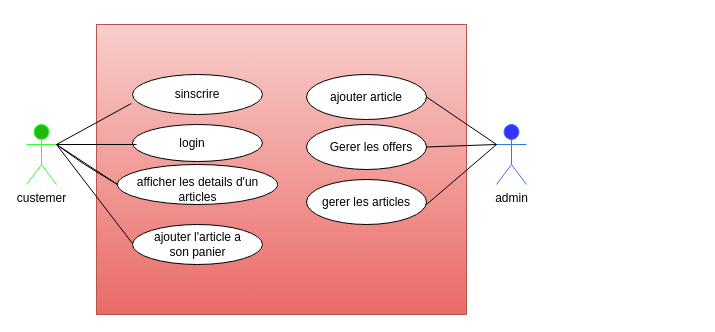
Above: page "Page-1" (1 of 3) of projet_fil_rouge_COD/coception.drawio in ACHRAF369/achraf-lahmam (draw.io), before the change. Source tidied: cells renumbered, new cells numbered last; positions are measured from the earlier drawing's top-left corner, leaving out a move shared by most shapes. Both pictures are drawn from the tidied source at 100%, with x=0, y=0 at pixel (26, 24).
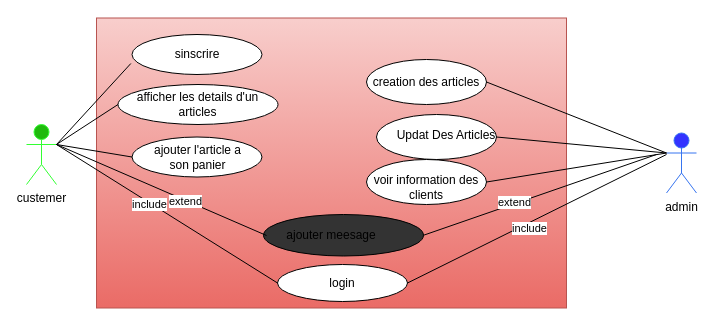
After the change.

The change refers to these unchanged cells:
```xml
<mxCell id="3" value="custemer" style="shape=umlActor;verticalLabelPosition=bottom;verticalAlign=top;html=1;outlineConnect=0;fillColor=#1FBA0D;strokeColor=#33FF33;" parent="1" vertex="1">
  <mxGeometry y="100" width="30" height="60" as="geometry" />
</mxCell>
```

The edit, as a diff of the source:
```diff
@@
     <mxCell id="2" style="rounded=0;whiteSpace=wrap;html=1;fillColor=#f8cecc;strokeColor=#b85450;gradientColor=#ea6b66;" parent="1" vertex="1">
-      <mxGeometry x="70" width="370" height="290" as="geometry" />
+      <mxGeometry x="70" y="-6.5" width="470" height="290" as="geometry" />
     </mxCell>
@@
     <mxCell id="4" value="admin&lt;br&gt;" style="shape=umlActor;verticalLabelPosition=bottom;verticalAlign=top;html=1;outlineConnect=0;fillColor=#3333FF;strokeColor=#3775F0;" parent="1" vertex="1">
-      <mxGeometry x="470" y="100" width="30" height="60" as="geometry" />
+      <mxGeometry x="640" y="108.5" width="30" height="60" as="geometry" />
     </mxCell>
     <mxCell id="5" style="ellipse;whiteSpace=wrap;html=1;" parent="1" vertex="1">
-      <mxGeometry x="106" y="50" width="130" height="40" as="geometry" />
+      <mxGeometry x="105.5" y="10" width="130" height="40" as="geometry" />
     </mxCell>
     <mxCell id="6" style="ellipse;whiteSpace=wrap;html=1;" parent="1" vertex="1">
-      <mxGeometry x="106" y="100" width="130" height="37" as="geometry" />
+      <mxGeometry x="251" y="240" width="130" height="37" as="geometry" />
     </mxCell>
     <mxCell id="7" style="ellipse;whiteSpace=wrap;html=1;" parent="1" vertex="1">
-      <mxGeometry x="91" y="140" width="160" height="40" as="geometry" />
+      <mxGeometry x="91.5" y="60" width="160" height="40" as="geometry" />
     </mxCell>
     <mxCell id="8" style="ellipse;whiteSpace=wrap;html=1;" parent="1" vertex="1">
-      <mxGeometry x="106" y="200" width="130" height="40" as="geometry" />
+      <mxGeometry x="105.5" y="112.5" width="130" height="40" as="geometry" />
     </mxCell>
     <mxCell id="9" value="login" style="text;html=1;strokeColor=none;fillColor=none;align=center;verticalAlign=middle;whiteSpace=wrap;rounded=0;" parent="1" vertex="1">
-      <mxGeometry x="146" y="108.5" width="40" height="20" as="geometry" />
+      <mxGeometry x="313" y="248.5" width="6" height="20" as="geometry" />
     </mxCell>
     <mxCell id="10" value="afficher les details d'un articles" style="text;html=1;strokeColor=none;fillColor=none;align=center;verticalAlign=middle;whiteSpace=wrap;rounded=0;" parent="1" vertex="1">
-      <mxGeometry x="105.5" y="155" width="131" height="20" as="geometry" />
+      <mxGeometry x="106" y="70" width="131" height="20" as="geometry" />
     </mxCell>
     <mxCell id="11" value="ajouter l'article a son panier" style="text;html=1;strokeColor=none;fillColor=none;align=center;verticalAlign=middle;whiteSpace=wrap;rounded=0;" parent="1" vertex="1">
-      <mxGeometry x="126.5" y="210" width="89" height="20" as="geometry" />
+      <mxGeometry x="126.5" y="122.5" width="89" height="20" as="geometry" />
     </mxCell>
-    <mxCell id="12" value="sinscrire" style="text;html=1;strokeColor=none;fillColor=none;align=center;verticalAlign=middle;whiteSpace=wrap;rounded=0;" parent="1" vertex="1">
-      <mxGeometry x="151" y="60" width="40" height="20" as="geometry" />
-    </mxCell>
-    <mxCell id="13" style="endArrow=none;html=1;" parent="1" edge="1">
-      <mxGeometry relative="1" as="geometry">
-        <mxPoint x="30" y="120" as="sourcePoint" />
-        <mxPoint x="110" y="120" as="targetPoint" />
-      </mxGeometry>
-    </mxCell>
@@
-    <mxCell id="16" style="endArrow=none;html=1;exitX=1;exitY=0.3333333333333333;exitDx=0;exitDy=0;exitPerimeter=0;entryX=0;entryY=0.5;entryDx=0;entryDy=0;" parent="1" edge="1" source="3" target="7">
-      <mxGeometry relative="1" as="geometry">
-        <Array as="points">
-          <mxPoint x="58" y="140" />
-        </Array>
-      </mxGeometry>
-    </mxCell>
-    <mxCell id="17" style="endArrow=none;html=1;" parent="1" edge="1">
+    <mxCell id="17" style="endArrow=none;html=1;entryX=0;entryY=0.5;entryDx=0;entryDy=0;" parent="1" edge="1" target="8">
       <mxGeometry relative="1" as="geometry">
         <mxPoint x="30" y="120" as="sourcePoint" />
-        <mxPoint x="106" y="219" as="targetPoint" />
       </mxGeometry>
     </mxCell>
     <mxCell id="18" style="ellipse;whiteSpace=wrap;html=1;" parent="1" vertex="1">
-      <mxGeometry x="280" y="50" width="120" height="45" as="geometry" />
+      <mxGeometry x="340" y="35" width="120" height="45" as="geometry" />
     </mxCell>
     <mxCell id="19" style="ellipse;whiteSpace=wrap;html=1;" parent="1" vertex="1">
-      <mxGeometry x="280" y="100" width="120" height="45" as="geometry" />
+      <mxGeometry x="350" y="90" width="120" height="45" as="geometry" />
     </mxCell>
     <mxCell id="20" style="ellipse;whiteSpace=wrap;html=1;" parent="1" vertex="1">
-      <mxGeometry x="280" y="155" width="120" height="45" as="geometry" />
+      <mxGeometry x="340" y="135" width="120" height="45" as="geometry" />
     </mxCell>
@@
-    <mxCell id="23" style="endArrow=none;html=1;entryX=0;entryY=0.3333333333333333;entryDx=0;entryDy=0;entryPerimeter=0;" parent="1" edge="1" target="4">
-      <mxGeometry relative="1" as="geometry">
-        <mxPoint x="400" y="180" as="sourcePoint" />
-      </mxGeometry>
+    <mxCell id="23" style="endArrow=none;html=1;entryX=0;entryY=0.3333333333333333;entryDx=0;entryDy=0;entryPerimeter=0;exitX=1;exitY=0.5;exitDx=0;exitDy=0;" parent="1" edge="1" source="20" target="4">
+      <mxGeometry relative="1" as="geometry" />
     </mxCell>
-    <mxCell id="24" value="ajouter article" style="text;html=1;strokeColor=none;fillColor=none;align=center;verticalAlign=middle;whiteSpace=wrap;rounded=0;" parent="1" vertex="1">
-      <mxGeometry x="290" y="62.5" width="100" height="20" as="geometry" />
+    <mxCell id="24" value="creation des articles" style="text;html=1;strokeColor=none;fillColor=none;align=center;verticalAlign=middle;whiteSpace=wrap;rounded=0;" parent="1" vertex="1">
+      <mxGeometry x="335" y="47.5" width="130" height="20" as="geometry" />
     </mxCell>
-    <mxCell id="25" value="Gerer les offers" style="text;html=1;strokeColor=none;fillColor=none;align=center;verticalAlign=middle;whiteSpace=wrap;rounded=0;" parent="1" vertex="1">
-      <mxGeometry x="300" y="112.5" width="90" height="20" as="geometry" />
+    <mxCell id="25" value="Updat Des Articles" style="text;html=1;strokeColor=none;fillColor=none;align=center;verticalAlign=middle;whiteSpace=wrap;rounded=0;" parent="1" vertex="1">
+      <mxGeometry x="360" y="100" width="120" height="22.5" as="geometry" />
     </mxCell>
-    <mxCell id="26" value="gerer les articles" style="text;html=1;strokeColor=none;fillColor=none;align=center;verticalAlign=middle;whiteSpace=wrap;rounded=0;" parent="1" vertex="1">
-      <mxGeometry x="280" y="167.5" width="120" height="20" as="geometry" />
+    <mxCell id="26" value="voir information des clients" style="text;html=1;strokeColor=none;fillColor=none;align=center;verticalAlign=middle;whiteSpace=wrap;rounded=0;" parent="1" vertex="1">
+      <mxGeometry x="340" y="152.5" width="120" height="20" as="geometry" />
     </mxCell>
+    <mxCell id="12" value="sinscrire" style="text;html=1;strokeColor=none;fillColor=none;align=center;verticalAlign=middle;whiteSpace=wrap;rounded=0;" parent="1" vertex="1">
+      <mxGeometry x="150.5" y="20" width="40" height="20" as="geometry" />
+    </mxCell>
+    <mxCell id="27" style="endArrow=none;html=1;exitX=1;exitY=0.5;exitDx=0;exitDy=0;" parent="1" edge="1" source="6">
+      <mxGeometry relative="1" as="geometry">
+        <mxPoint x="640" y="130" as="targetPoint" />
+      </mxGeometry>
+    </mxCell>
+    <mxCell id="28" value="include" style="edgeLabel;html=1;align=center;verticalAlign=middle;" parent="27" vertex="1">
+      <mxGeometry x="-0.08" y="-5" relative="1" as="geometry" />
+    </mxCell>
+    <mxCell id="29" style="endArrow=none;html=1;exitX=1;exitY=0.3333333333333333;exitDx=0;exitDy=0;exitPerimeter=0;entryX=0;entryY=0.5;entryDx=0;entryDy=0;" parent="1" edge="1" source="3" target="6">
+      <mxGeometry relative="1" as="geometry" />
+    </mxCell>
+    <mxCell id="30" value="include" style="edgeLabel;html=1;align=center;verticalAlign=middle;" parent="29" vertex="1">
+      <mxGeometry x="-0.16" y="-1" relative="1" as="geometry" />
+    </mxCell>
+    <mxCell id="31" style="ellipse;whiteSpace=wrap;html=1;fillColor=#333333;" parent="1" vertex="1">
+      <mxGeometry x="237" y="190" width="160" height="41.5" as="geometry" />
+    </mxCell>
+    <mxCell id="32" value="ajouter meesage" style="text;html=1;strokeColor=none;fillColor=none;align=center;verticalAlign=middle;whiteSpace=wrap;rounded=0;" parent="1" vertex="1">
+      <mxGeometry x="230" y="200.8" width="150" height="20" as="geometry" />
+    </mxCell>
+    <mxCell id="33" style="endArrow=none;html=1;" parent="1" edge="1">
+      <mxGeometry relative="1" as="geometry">
+        <mxPoint x="30" y="120" as="sourcePoint" />
+        <mxPoint x="240" y="211" as="targetPoint" />
+      </mxGeometry>
+    </mxCell>
+    <mxCell id="34" value="extend" style="edgeLabel;html=1;align=center;verticalAlign=middle;" parent="33" vertex="1">
+      <mxGeometry x="0.22" y="-1" relative="1" as="geometry" />
+    </mxCell>
+    <mxCell id="35" style="endArrow=none;html=1;exitX=1;exitY=0.5;exitDx=0;exitDy=0;" parent="1" edge="1" source="31">
+      <mxGeometry relative="1" as="geometry">
+        <mxPoint x="630" y="130" as="targetPoint" />
+      </mxGeometry>
+    </mxCell>
+    <mxCell id="36" value="extend" style="edgeLabel;html=1;align=center;verticalAlign=middle;" parent="35" vertex="1">
+      <mxGeometry x="-0.21" y="2" relative="1" as="geometry" />
+    </mxCell>
```
